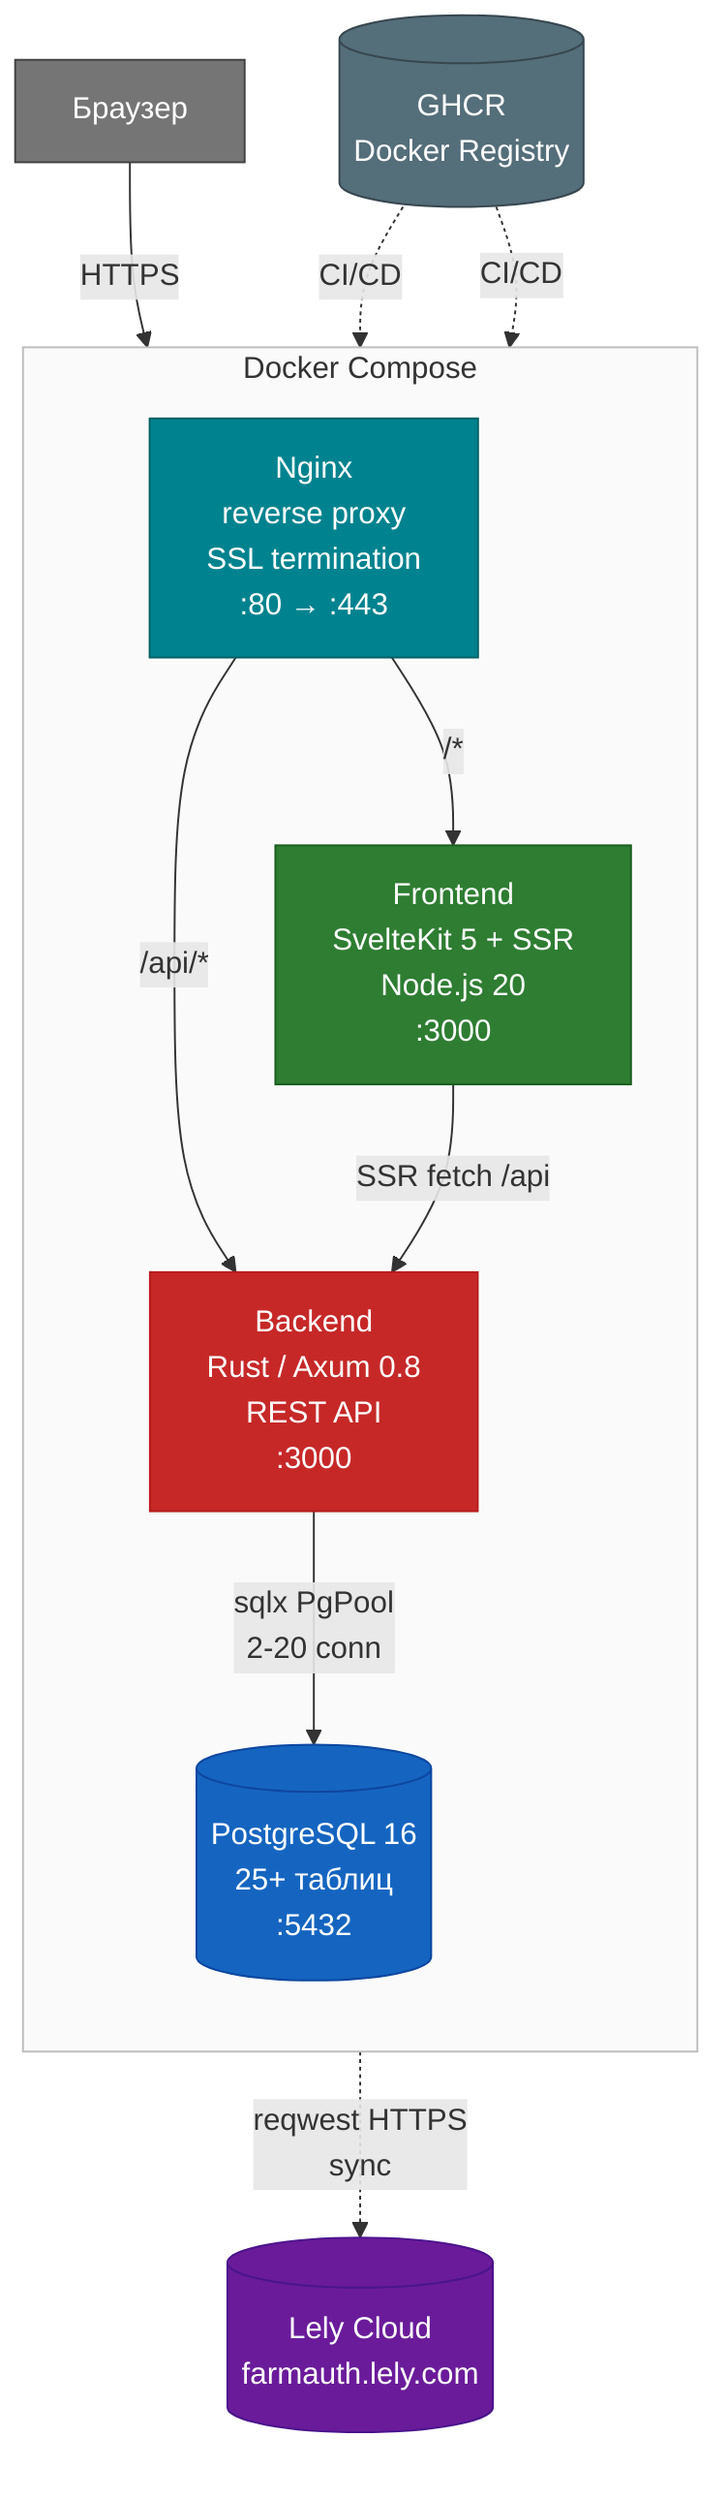
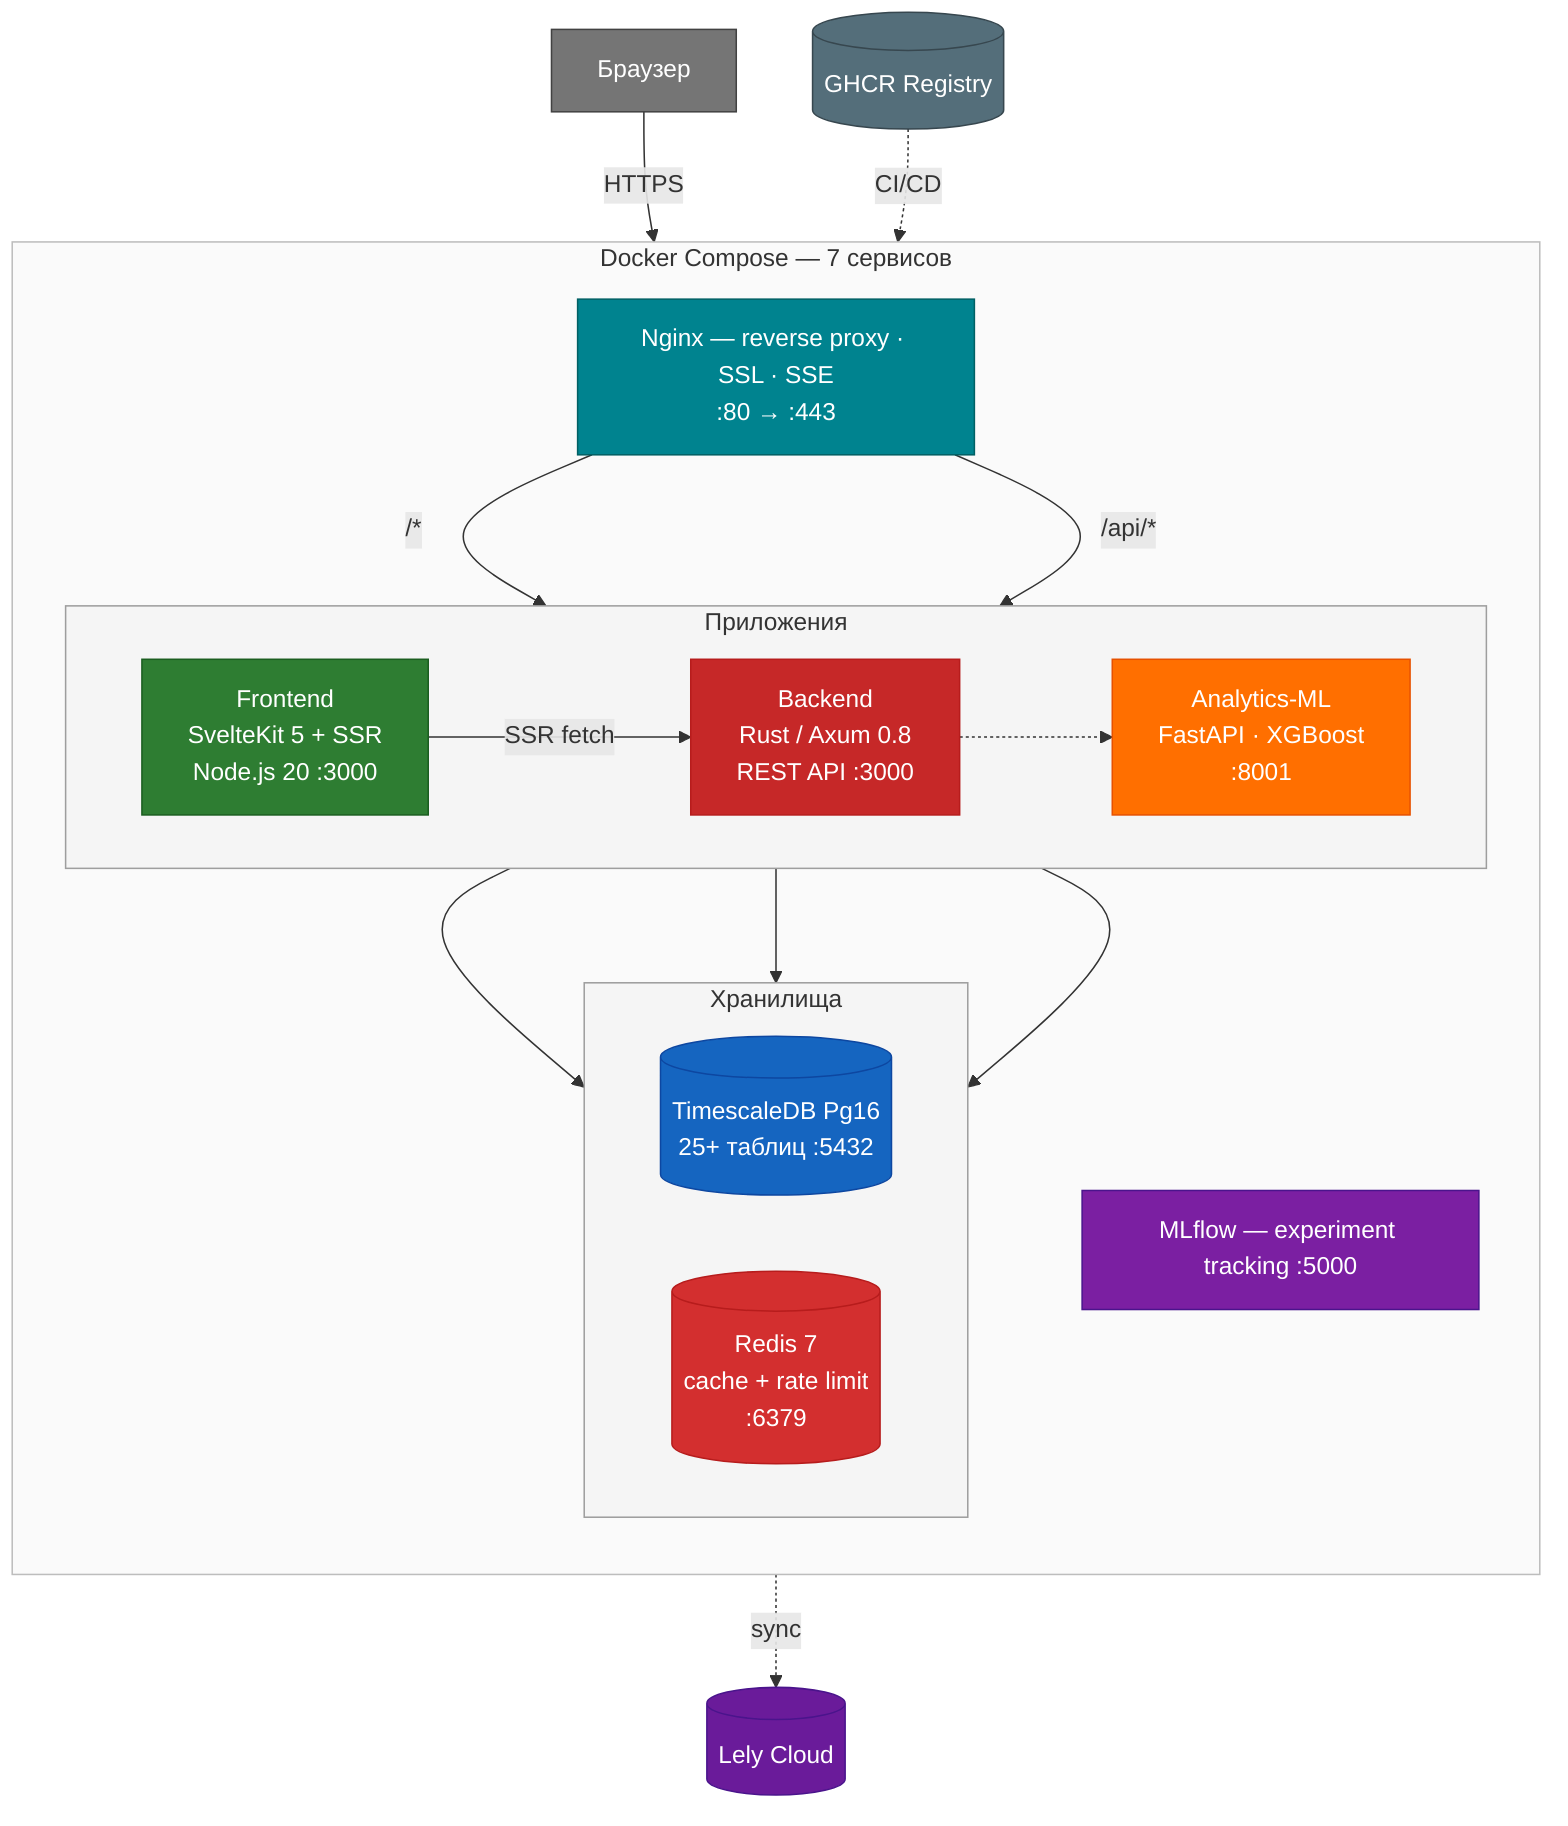
flowchart TB
    Browser["Браузер"]

-     subgraph Docker["Docker Compose"]
+     subgraph Docker["Docker Compose — 7 сервисов"]
        direction TB

-         Nginx["Nginx\nreverse proxy\nSSL termination\n:80 → :443"]
+         Nginx["Nginx — reverse proxy · SSL · SSE\n:80 → :443"]

-         Frontend["Frontend\nSvelteKit 5 + SSR\nNode.js 20\n:3000"]
+         subgraph Apps["Приложения"]
+             direction LR
+             Frontend["Frontend\nSvelteKit 5 + SSR\nNode.js 20 :3000"]
+             Backend["Backend\nRust / Axum 0.8\nREST API :3000"]
+             ML["Analytics-ML\nFastAPI · XGBoost\n:8001"]
+         end

-         Backend["Backend\nRust / Axum 0.8\nREST API\n:3000"]
+         subgraph Stores["Хранилища"]
+             direction LR
+             Postgres[("TimescaleDB Pg16\n25+ таблиц :5432")]
+             Redis[("Redis 7\ncache + rate limit\n:6379")]
+         end

-         Postgres[("PostgreSQL 16\n25+ таблиц\n:5432")]
+         MLflow["MLflow — experiment tracking :5000"]
    end

-     LelyAPI[("Lely Cloud\nfarmauth.lely.com")]
-     GHCR[("GHCR\nDocker Registry")]
+     LelyAPI[("Lely Cloud")]
+     GHCR[("GHCR Registry")]

    Browser -->|"HTTPS"| Nginx
    Nginx -->|"/*"| Frontend
    Nginx -->|"/api/*"| Backend
-     Frontend -->|"SSR fetch /api"| Backend
-     Backend -->|"sqlx PgPool\n2-20 conn"| Postgres
-     Backend -.->|"reqwest HTTPS\nsync"| LelyAPI
-     GHCR -.->|"CI/CD"| Frontend
-     GHCR -.->|"CI/CD"| Backend
+     Frontend -->|"SSR fetch"| Backend
+     Backend --> Postgres
+     Backend --> Redis
+     Backend -.-> ML
+     ML --> Postgres
+     Backend -.->|"sync"| LelyAPI
+     GHCR -.->|"CI/CD"| Apps

    style Browser fill:#757575,stroke:#424242,color:#fff
    style Nginx fill:#00838f,stroke:#006064,color:#fff
    style Frontend fill:#2e7d32,stroke:#1b5e20,color:#fff
    style Backend fill:#c62828,stroke:#b71c1c,color:#fff
+     style ML fill:#ff6f00,stroke:#e65100,color:#fff
    style Postgres fill:#1565c0,stroke:#0d47a1,color:#fff
+     style Redis fill:#d32f2f,stroke:#b71c1c,color:#fff
+     style MLflow fill:#7b1fa2,stroke:#4a148c,color:#fff
    style LelyAPI fill:#6a1b9a,stroke:#4a148c,color:#fff
    style GHCR fill:#546e7a,stroke:#37474f,color:#fff
-     style Docker fill:#fafafa,stroke:#bdbdbd,color:#333+     style Docker fill:#fafafa,stroke:#bdbdbd,color:#333
+     style Apps fill:#f5f5f5,stroke:#9e9e9e,color:#333
+     style Stores fill:#f5f5f5,stroke:#9e9e9e,color:#333
